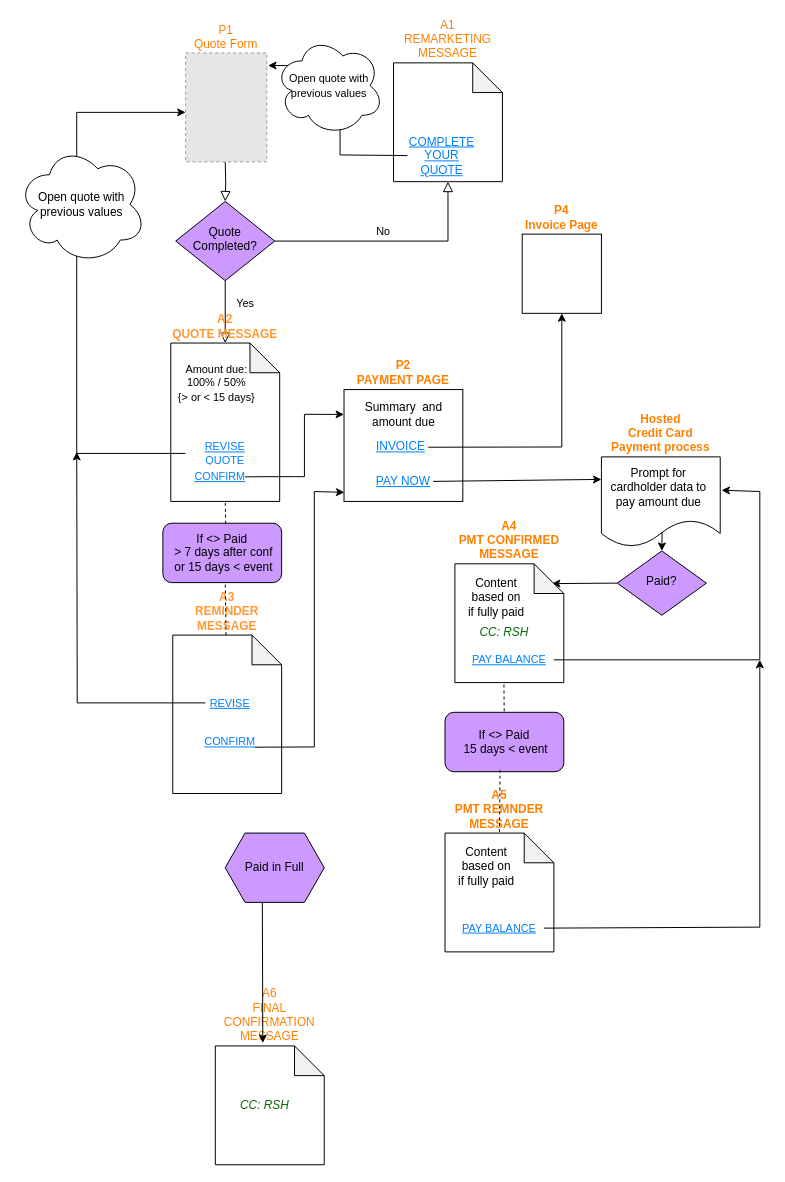
Above: WeddingAutoQuote.drawio in MikeMooreSOH/MikeMooreSOH (draw.io), before the change. Source tidied: cells renumbered, new cells numbered last; positions are measured from the earlier drawing's top-left corner, leaving out a move shared by most shapes. Both pictures are drawn from the tidied source at 99%, with x=0, y=0 at pixel (17, 36). Pictures stored in the file or linked from it are replaced by grey dashed boxes.
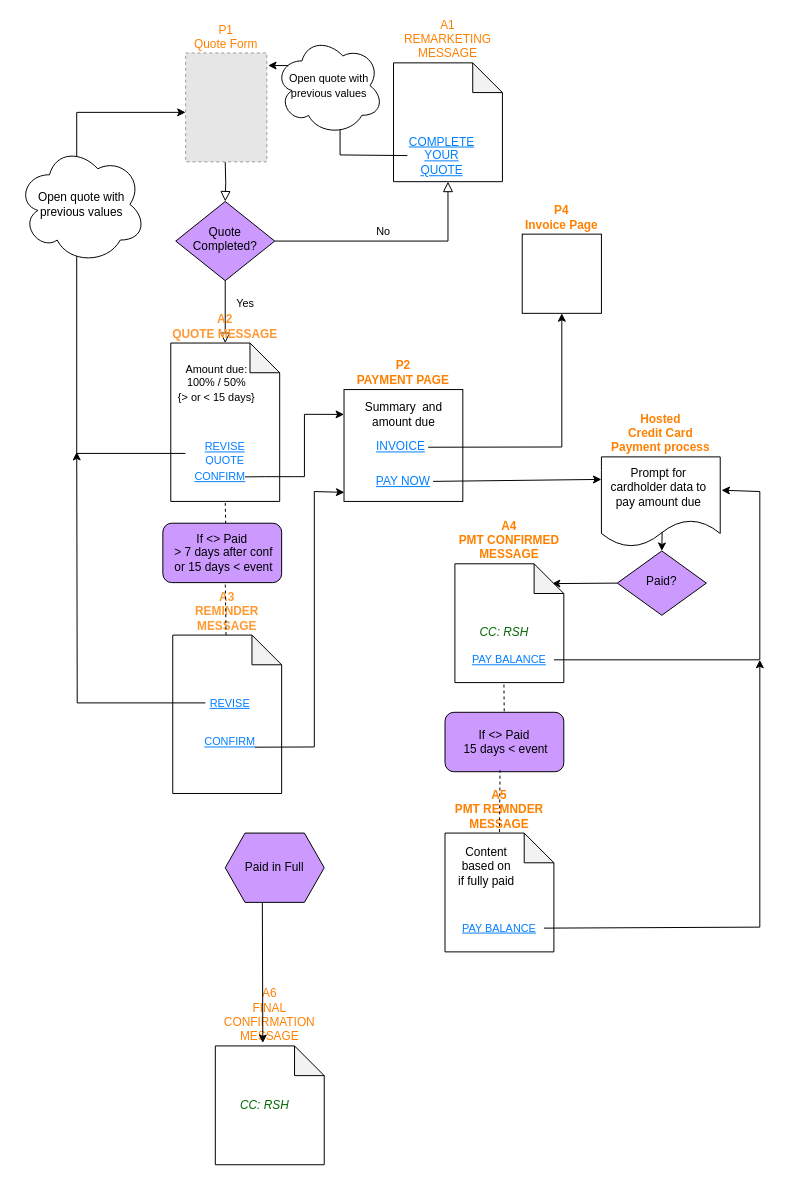
The same diagram, later.

Unchanged cells that the change refers to:
```xml
<mxCell id="30" style="group;" parent="1" vertex="1">
  <mxGeometry x="442" y="533" width="110" height="120" as="geometry" />
</mxCell>
```

The edit, as a diff of the source:
```diff
@@
-    <mxCell id="33" value="Content based on if fully paid" style="text;html=1;strokeColor=none;fillColor=none;align=center;verticalAlign=middle;whiteSpace=wrap;rounded=0;fontSize=12;fontColor=#000000;" parent="30" vertex="1">
-      <mxGeometry x="12" y="9" width="60" height="50" as="geometry" />
-    </mxCell>
```
